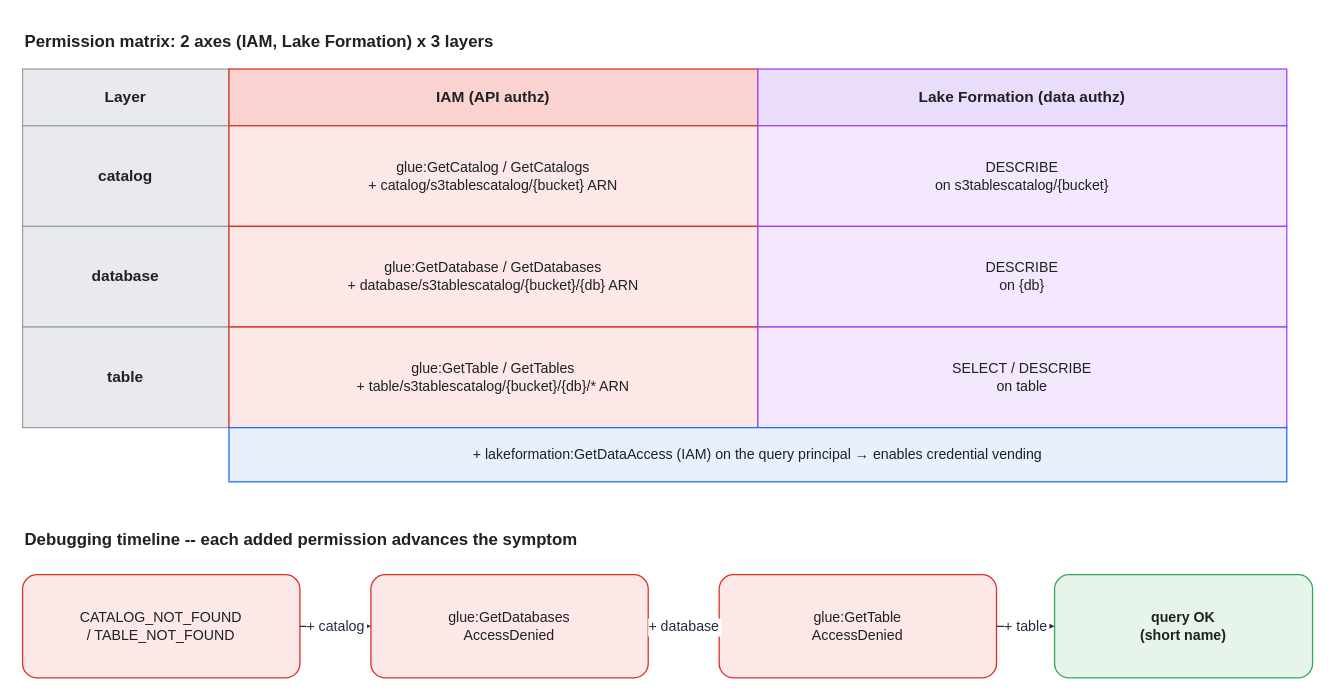
The draw.io diagram assets/img/aws/analytics-stack-08-lf-permissions.drawio in KKamJi98/kkamji98.github.io, before the edit. Source tidied: cells renumbered, new cells numbered last; positions are measured from the earlier drawing's top-left corner, leaving out a move shared by most shapes. Both pictures are drawn from the tidied source at 129%, with x=0, y=0 at pixel (22, 22).
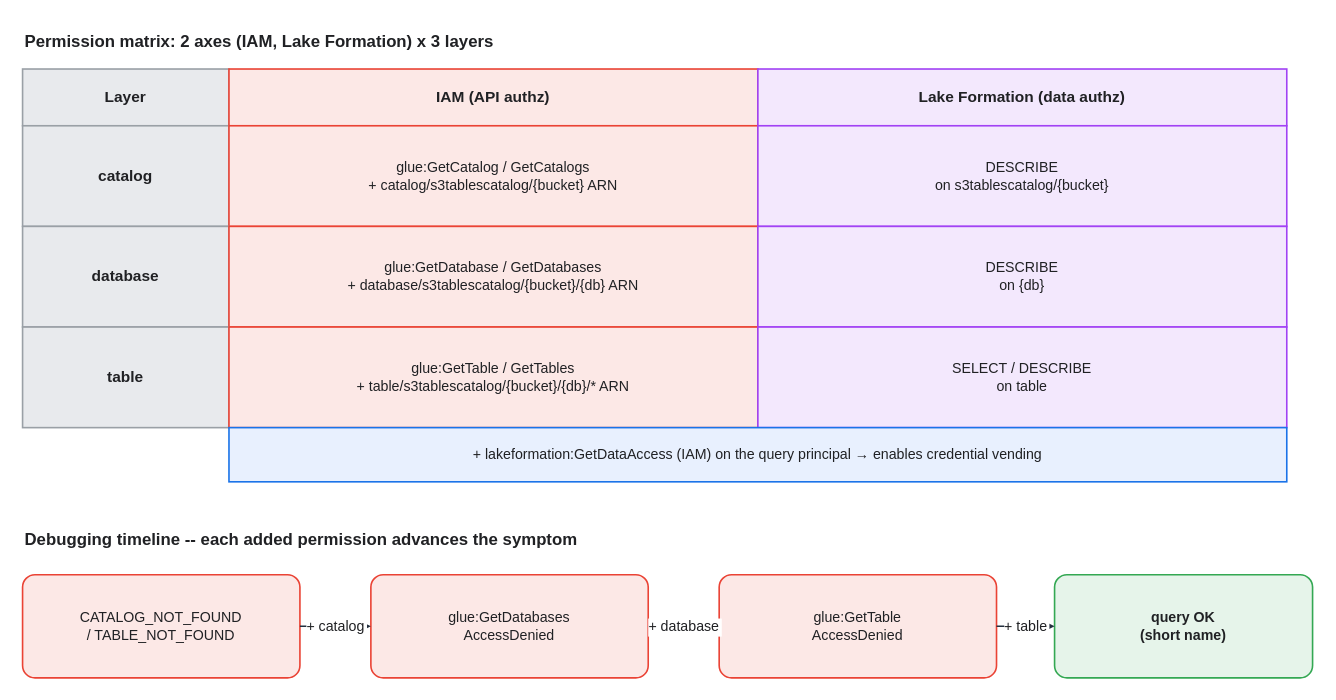
Above is the later version.

Diff of the diagram source:
```diff
@@
-<mxGraphModel>
+<mxGraphModel background="#FFFFFF">
@@
-    <mxCell id="3" value="Layer" style="rounded=0;whiteSpace=wrap;html=0;shadow=0;fillColor=#E8EAED;strokeColor=#9AA0A6;fontColor=#202124;fontStyle=1;" parent="1" vertex="1">
+    <mxCell id="3" value="Layer" style="rounded=0;whiteSpace=wrap;html=0;shadow=0;fillColor=#E8EAED;strokeColor=#9AA0A6;fontColor=#202124;fontStyle=1;strokeWidth=1.25;" parent="1" vertex="1">
       <mxGeometry y="36" width="160" height="44" as="geometry" />
     </mxCell>
-    <mxCell id="4" value="IAM (API authz)" style="rounded=0;whiteSpace=wrap;html=0;shadow=0;fillColor=#FAD2CF;strokeColor=#D93025;fontColor=#202124;fontStyle=1;" parent="1" vertex="1">
+    <mxCell id="4" value="IAM (API authz)" style="rounded=0;whiteSpace=wrap;html=0;shadow=0;fillColor=#FCE8E6;strokeColor=#EA4335;fontColor=#202124;fontStyle=1;strokeWidth=1.25;" parent="1" vertex="1">
       <mxGeometry x="160" y="36" width="410" height="44" as="geometry" />
     </mxCell>
-    <mxCell id="5" value="Lake Formation (data authz)" style="rounded=0;whiteSpace=wrap;html=0;shadow=0;fillColor=#EADDFB;strokeColor=#A142F4;fontColor=#202124;fontStyle=1;" parent="1" vertex="1">
+    <mxCell id="5" value="Lake Formation (data authz)" style="rounded=0;whiteSpace=wrap;html=0;shadow=0;fillColor=#F3E8FD;strokeColor=#A142F4;fontColor=#202124;fontStyle=1;strokeWidth=1.25;" parent="1" vertex="1">
       <mxGeometry x="570" y="36" width="410" height="44" as="geometry" />
     </mxCell>
-    <mxCell id="6" value="catalog" style="rounded=0;whiteSpace=wrap;html=0;shadow=0;fillColor=#E8EAED;strokeColor=#9AA0A6;fontColor=#202124;fontStyle=1;" parent="1" vertex="1">
+    <mxCell id="6" value="catalog" style="rounded=0;whiteSpace=wrap;html=0;shadow=0;fillColor=#E8EAED;strokeColor=#9AA0A6;fontColor=#202124;fontStyle=1;strokeWidth=1.25;" parent="1" vertex="1">
       <mxGeometry y="80" width="160" height="78" as="geometry" />
     </mxCell>
-    <mxCell id="7" value="glue:GetCatalog / GetCatalogs&#10;+ catalog/s3tablescatalog/{bucket} ARN" style="rounded=0;whiteSpace=wrap;html=0;shadow=0;fillColor=#FCE8E6;strokeColor=#D93025;fontColor=#202124;fontSize=11;" parent="1" vertex="1">
+    <mxCell id="7" value="glue:GetCatalog / GetCatalogs&#10;+ catalog/s3tablescatalog/{bucket} ARN" style="rounded=0;whiteSpace=wrap;html=0;shadow=0;fillColor=#FCE8E6;strokeColor=#EA4335;fontColor=#202124;fontSize=11;strokeWidth=1.25;" parent="1" vertex="1">
       <mxGeometry x="160" y="80" width="410" height="78" as="geometry" />
     </mxCell>
-    <mxCell id="8" value="DESCRIBE&#10;on s3tablescatalog/{bucket}" style="rounded=0;whiteSpace=wrap;html=0;shadow=0;fillColor=#F3E8FD;strokeColor=#A142F4;fontColor=#202124;fontSize=11;" parent="1" vertex="1">
+    <mxCell id="8" value="DESCRIBE&#10;on s3tablescatalog/{bucket}" style="rounded=0;whiteSpace=wrap;html=0;shadow=0;fillColor=#F3E8FD;strokeColor=#A142F4;fontColor=#202124;fontSize=11;strokeWidth=1.25;" parent="1" vertex="1">
       <mxGeometry x="570" y="80" width="410" height="78" as="geometry" />
     </mxCell>
-    <mxCell id="9" value="database" style="rounded=0;whiteSpace=wrap;html=0;shadow=0;fillColor=#E8EAED;strokeColor=#9AA0A6;fontColor=#202124;fontStyle=1;" parent="1" vertex="1">
+    <mxCell id="9" value="database" style="rounded=0;whiteSpace=wrap;html=0;shadow=0;fillColor=#E8EAED;strokeColor=#9AA0A6;fontColor=#202124;fontStyle=1;strokeWidth=1.25;" parent="1" vertex="1">
       <mxGeometry y="158" width="160" height="78" as="geometry" />
     </mxCell>
-    <mxCell id="10" value="glue:GetDatabase / GetDatabases&#10;+ database/s3tablescatalog/{bucket}/{db} ARN" style="rounded=0;whiteSpace=wrap;html=0;shadow=0;fillColor=#FCE8E6;strokeColor=#D93025;fontColor=#202124;fontSize=11;" parent="1" vertex="1">
+    <mxCell id="10" value="glue:GetDatabase / GetDatabases&#10;+ database/s3tablescatalog/{bucket}/{db} ARN" style="rounded=0;whiteSpace=wrap;html=0;shadow=0;fillColor=#FCE8E6;strokeColor=#EA4335;fontColor=#202124;fontSize=11;strokeWidth=1.25;" parent="1" vertex="1">
       <mxGeometry x="160" y="158" width="410" height="78" as="geometry" />
     </mxCell>
-    <mxCell id="11" value="DESCRIBE&#10;on {db}" style="rounded=0;whiteSpace=wrap;html=0;shadow=0;fillColor=#F3E8FD;strokeColor=#A142F4;fontColor=#202124;fontSize=11;" parent="1" vertex="1">
+    <mxCell id="11" value="DESCRIBE&#10;on {db}" style="rounded=0;whiteSpace=wrap;html=0;shadow=0;fillColor=#F3E8FD;strokeColor=#A142F4;fontColor=#202124;fontSize=11;strokeWidth=1.25;" parent="1" vertex="1">
       <mxGeometry x="570" y="158" width="410" height="78" as="geometry" />
     </mxCell>
-    <mxCell id="12" value="table" style="rounded=0;whiteSpace=wrap;html=0;shadow=0;fillColor=#E8EAED;strokeColor=#9AA0A6;fontColor=#202124;fontStyle=1;" parent="1" vertex="1">
+    <mxCell id="12" value="table" style="rounded=0;whiteSpace=wrap;html=0;shadow=0;fillColor=#E8EAED;strokeColor=#9AA0A6;fontColor=#202124;fontStyle=1;strokeWidth=1.25;" parent="1" vertex="1">
       <mxGeometry y="236" width="160" height="78" as="geometry" />
     </mxCell>
-    <mxCell id="13" value="glue:GetTable / GetTables&#10;+ table/s3tablescatalog/{bucket}/{db}/* ARN" style="rounded=0;whiteSpace=wrap;html=0;shadow=0;fillColor=#FCE8E6;strokeColor=#D93025;fontColor=#202124;fontSize=11;" parent="1" vertex="1">
+    <mxCell id="13" value="glue:GetTable / GetTables&#10;+ table/s3tablescatalog/{bucket}/{db}/* ARN" style="rounded=0;whiteSpace=wrap;html=0;shadow=0;fillColor=#FCE8E6;strokeColor=#EA4335;fontColor=#202124;fontSize=11;strokeWidth=1.25;" parent="1" vertex="1">
       <mxGeometry x="160" y="236" width="410" height="78" as="geometry" />
     </mxCell>
-    <mxCell id="14" value="SELECT / DESCRIBE&#10;on table" style="rounded=0;whiteSpace=wrap;html=0;shadow=0;fillColor=#F3E8FD;strokeColor=#A142F4;fontColor=#202124;fontSize=11;" parent="1" vertex="1">
+    <mxCell id="14" value="SELECT / DESCRIBE&#10;on table" style="rounded=0;whiteSpace=wrap;html=0;shadow=0;fillColor=#F3E8FD;strokeColor=#A142F4;fontColor=#202124;fontSize=11;strokeWidth=1.25;" parent="1" vertex="1">
       <mxGeometry x="570" y="236" width="410" height="78" as="geometry" />
     </mxCell>
-    <mxCell id="15" value="+ lakeformation:GetDataAccess (IAM) on the query principal  →  enables credential vending" style="rounded=0;whiteSpace=wrap;html=0;shadow=0;fillColor=#E8F0FE;strokeColor=#1A73E8;fontColor=#202124;fontSize=11;" parent="1" vertex="1">
+    <mxCell id="15" value="+ lakeformation:GetDataAccess (IAM) on the query principal  →  enables credential vending" style="rounded=0;whiteSpace=wrap;html=0;shadow=0;fillColor=#E8F0FE;strokeColor=#1A73E8;fontColor=#202124;fontSize=11;strokeWidth=1.25;" parent="1" vertex="1">
       <mxGeometry x="160" y="314" width="820" height="42" as="geometry" />
     </mxCell>
@@
-    <mxCell id="17" value="CATALOG_NOT_FOUND&#10;/ TABLE_NOT_FOUND" style="rounded=1;whiteSpace=wrap;html=0;arcSize=14;shadow=0;fillColor=#FCE8E6;strokeColor=#D93025;fontColor=#202124;fontSize=11;" parent="1" vertex="1">
+    <mxCell id="17" value="CATALOG_NOT_FOUND&#10;/ TABLE_NOT_FOUND" style="rounded=1;whiteSpace=wrap;html=0;arcSize=12;shadow=0;fillColor=#FCE8E6;strokeColor=#EA4335;fontColor=#202124;fontSize=11;strokeWidth=1.25;" parent="1" vertex="1">
       <mxGeometry y="428" width="215" height="80" as="geometry" />
     </mxCell>
-    <mxCell id="18" value="glue:GetDatabases&#10;AccessDenied" style="rounded=1;whiteSpace=wrap;html=0;arcSize=14;shadow=0;fillColor=#FCE8E6;strokeColor=#D93025;fontColor=#202124;fontSize=11;" parent="1" vertex="1">
+    <mxCell id="18" value="glue:GetDatabases&#10;AccessDenied" style="rounded=1;whiteSpace=wrap;html=0;arcSize=12;shadow=0;fillColor=#FCE8E6;strokeColor=#EA4335;fontColor=#202124;fontSize=11;strokeWidth=1.25;" parent="1" vertex="1">
       <mxGeometry x="270" y="428" width="215" height="80" as="geometry" />
     </mxCell>
-    <mxCell id="19" value="glue:GetTable&#10;AccessDenied" style="rounded=1;whiteSpace=wrap;html=0;arcSize=14;shadow=0;fillColor=#FCE8E6;strokeColor=#D93025;fontColor=#202124;fontSize=11;" parent="1" vertex="1">
+    <mxCell id="19" value="glue:GetTable&#10;AccessDenied" style="rounded=1;whiteSpace=wrap;html=0;arcSize=12;shadow=0;fillColor=#FCE8E6;strokeColor=#EA4335;fontColor=#202124;fontSize=11;strokeWidth=1.25;" parent="1" vertex="1">
       <mxGeometry x="540" y="428" width="215" height="80" as="geometry" />
     </mxCell>
-    <mxCell id="20" value="query OK&#10;(short name)" style="rounded=1;whiteSpace=wrap;html=0;arcSize=14;shadow=0;fillColor=#E6F4EA;strokeColor=#34A853;fontColor=#202124;fontStyle=1;fontSize=11;" parent="1" vertex="1">
+    <mxCell id="20" value="query OK&#10;(short name)" style="rounded=1;whiteSpace=wrap;html=0;arcSize=12;shadow=0;fillColor=#E6F4EA;strokeColor=#34A853;fontColor=#202124;fontStyle=1;fontSize=11;strokeWidth=1.25;" parent="1" vertex="1">
       <mxGeometry x="800" y="428" width="200" height="80" as="geometry" />
     </mxCell>
-    <mxCell id="21" value="+ catalog" style="edgeStyle=orthogonalEdgeStyle;rounded=1;html=0;fontColor=#232F3E;strokeColor=#232F3E;labelBackgroundColor=#FFFFFF;endArrow=block;exitX=1;exitY=0.5;exitDx=0;exitDy=0;entryX=0;entryY=0.5;entryDx=0;entryDy=0;" parent="1" edge="1" source="17" target="18">
+    <mxCell id="21" value="+ catalog" style="edgeStyle=orthogonalEdgeStyle;rounded=1;html=0;fontColor=#202124;strokeColor=#232F3E;labelBackgroundColor=#FFFFFF;endArrow=block;exitX=1;exitY=0.5;exitDx=0;exitDy=0;entryX=0;entryY=0.5;entryDx=0;entryDy=0;strokeWidth=1.25;endSize=7;" parent="1" edge="1" source="17" target="18">
       <mxGeometry relative="1" as="geometry" />
     </mxCell>
-    <mxCell id="22" value="+ database" style="edgeStyle=orthogonalEdgeStyle;rounded=1;html=0;fontColor=#232F3E;strokeColor=#232F3E;labelBackgroundColor=#FFFFFF;endArrow=block;exitX=1;exitY=0.5;exitDx=0;exitDy=0;entryX=0;entryY=0.5;entryDx=0;entryDy=0;" parent="1" edge="1" source="18" target="19">
+    <mxCell id="22" value="+ database" style="edgeStyle=orthogonalEdgeStyle;rounded=1;html=0;fontColor=#202124;strokeColor=#232F3E;labelBackgroundColor=#FFFFFF;endArrow=block;exitX=1;exitY=0.5;exitDx=0;exitDy=0;entryX=0;entryY=0.5;entryDx=0;entryDy=0;strokeWidth=1.25;endSize=7;" parent="1" edge="1" source="18" target="19">
       <mxGeometry relative="1" as="geometry" />
     </mxCell>
-    <mxCell id="23" value="+ table" style="edgeStyle=orthogonalEdgeStyle;rounded=1;html=0;fontColor=#232F3E;strokeColor=#232F3E;labelBackgroundColor=#FFFFFF;endArrow=block;exitX=1;exitY=0.5;exitDx=0;exitDy=0;entryX=0;entryY=0.5;entryDx=0;entryDy=0;" parent="1" edge="1" source="19" target="20">
+    <mxCell id="23" value="+ table" style="edgeStyle=orthogonalEdgeStyle;rounded=1;html=0;fontColor=#202124;strokeColor=#232F3E;labelBackgroundColor=#FFFFFF;endArrow=block;exitX=1;exitY=0.5;exitDx=0;exitDy=0;entryX=0;entryY=0.5;entryDx=0;entryDy=0;strokeWidth=1.25;endSize=7;" parent="1" edge="1" source="19" target="20">
       <mxGeometry relative="1" as="geometry" />
     </mxCell>
```
